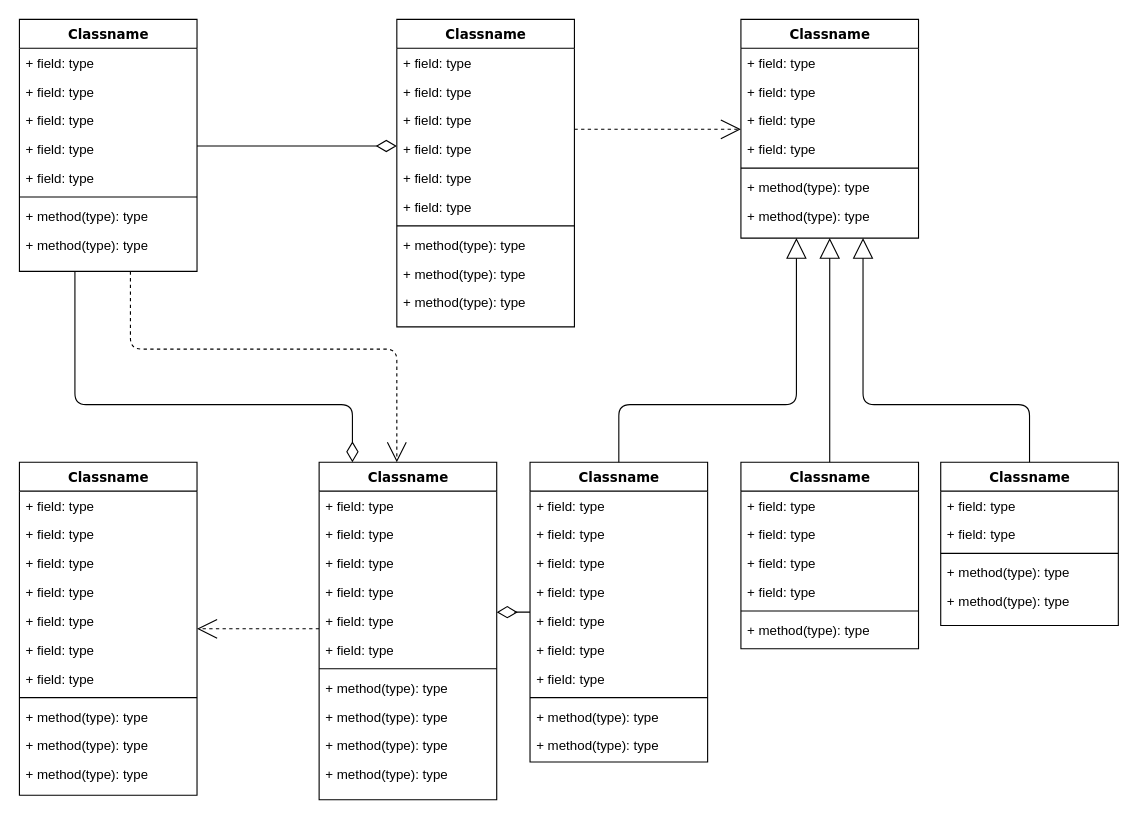
Before: portfolio.drawio in ueki397/test, a draw.io diagram. Source tidied: cells renumbered, new cells numbered last; positions are measured from the earlier drawing's top-left corner, leaving out a move shared by most shapes. Both pictures are drawn from the tidied source at 111%, with x=0, y=0 at pixel (19, 19).
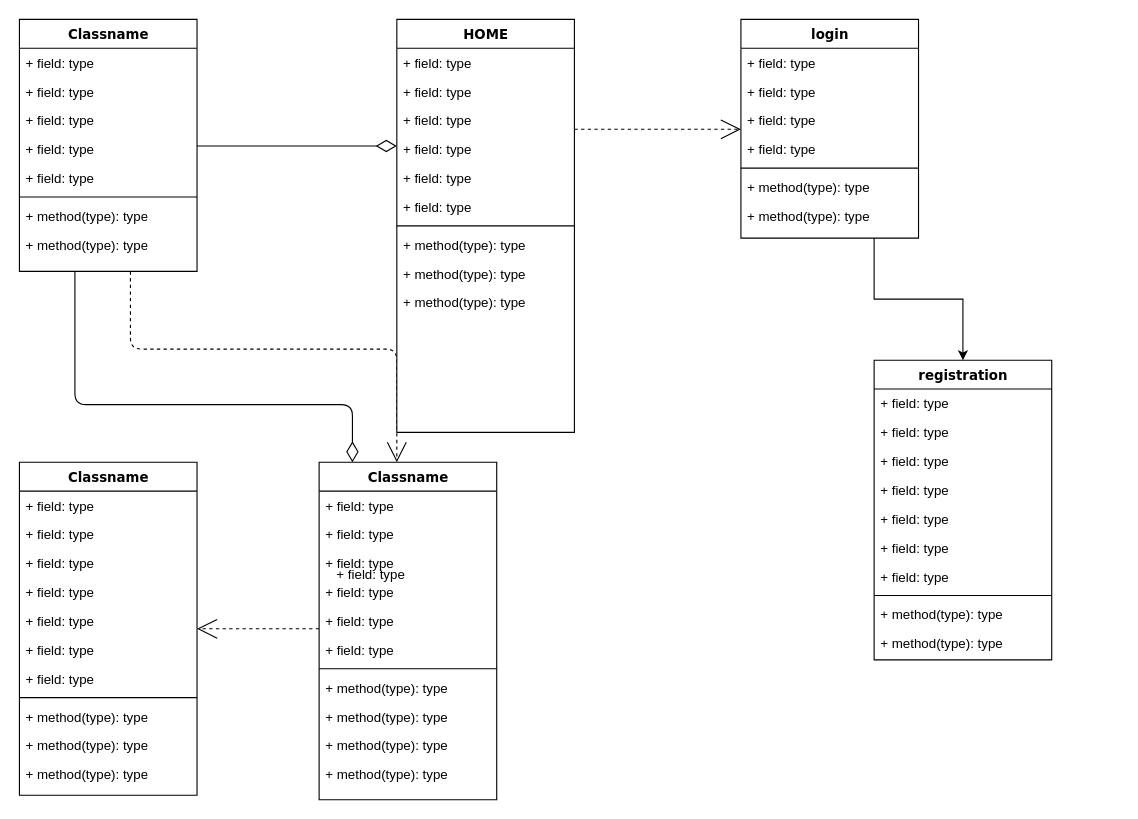
The same page after the edit.

Unchanged cells that the change refers to:
```xml
<mxCell id="47" value="Classname" style="swimlane;html=1;fontStyle=1;align=center;verticalAlign=top;horizontal=1;startSize=26;swimlaneFillColor=#ffffff;rounded=0;shadow=0;comic=0;labelBackgroundColor=none;strokeWidth=1;fillColor=none;fontFamily=Verdana;fontSize=12;" parent="1" vertex="1">
  <mxGeometry x="270" y="399" width="160" height="304" as="geometry" />
</mxCell>
```

The edit, as a diff of the source:
```diff
@@
-    <mxCell id="14" value="Classname" style="swimlane;html=1;fontStyle=1;align=center;verticalAlign=top;horizontal=1;startSize=26;swimlaneFillColor=#ffffff;rounded=0;shadow=0;comic=0;labelBackgroundColor=none;strokeWidth=1;fillColor=none;fontFamily=Verdana;fontSize=12;" parent="1" vertex="1">
-      <mxGeometry x="340" width="160" height="277" as="geometry" />
+    <mxCell id="14" value="HOME" style="swimlane;html=1;fontStyle=1;align=center;verticalAlign=top;horizontal=1;startSize=26;swimlaneFillColor=#ffffff;rounded=0;shadow=0;comic=0;labelBackgroundColor=none;strokeWidth=1;fillColor=none;fontFamily=Verdana;fontSize=12;" parent="1" vertex="1">
+      <mxGeometry x="340" width="160" height="372" as="geometry" />
     </mxCell>
@@
+    <mxCell id="87" value="+ field: type" style="text;html=1;strokeColor=none;fillColor=none;align=left;verticalAlign=top;spacingLeft=4;spacingRight=4;whiteSpace=wrap;overflow=hidden;" parent="14" vertex="1">
+      <mxGeometry y="52" width="160" height="26" as="geometry" />
+    </mxCell>
+    <mxCell id="88" value="+ field: type" style="text;html=1;strokeColor=none;fillColor=none;align=left;verticalAlign=top;spacingLeft=4;spacingRight=4;whiteSpace=wrap;overflow=hidden;" parent="14" vertex="1">
+      <mxGeometry y="78" width="160" height="26" as="geometry" />
+    </mxCell>
     <mxCell id="16" value="+ field: type" style="text;html=1;strokeColor=none;fillColor=none;align=left;verticalAlign=top;spacingLeft=4;spacingRight=4;whiteSpace=wrap;overflow=hidden;" parent="14" vertex="1">
-      <mxGeometry y="52" width="160" height="26" as="geometry" />
+      <mxGeometry y="104" width="160" height="26" as="geometry" />
     </mxCell>
-    <mxCell id="17" value="+ field: type" style="text;html=1;strokeColor=none;fillColor=none;align=left;verticalAlign=top;spacingLeft=4;spacingRight=4;whiteSpace=wrap;overflow=hidden;" parent="14" vertex="1">
-      <mxGeometry y="78" width="160" height="26" as="geometry" />
-    </mxCell>
     <mxCell id="18" value="+ field: type" style="text;html=1;strokeColor=none;fillColor=none;align=left;verticalAlign=top;spacingLeft=4;spacingRight=4;whiteSpace=wrap;overflow=hidden;" parent="14" vertex="1">
-      <mxGeometry y="104" width="160" height="26" as="geometry" />
+      <mxGeometry y="130" width="160" height="26" as="geometry" />
     </mxCell>
     <mxCell id="19" value="+ field: type" style="text;html=1;strokeColor=none;fillColor=none;align=left;verticalAlign=top;spacingLeft=4;spacingRight=4;whiteSpace=wrap;overflow=hidden;" parent="14" vertex="1">
-      <mxGeometry y="130" width="160" height="26" as="geometry" />
+      <mxGeometry y="156" width="160" height="26" as="geometry" />
     </mxCell>
-    <mxCell id="20" value="+ field: type" style="text;html=1;strokeColor=none;fillColor=none;align=left;verticalAlign=top;spacingLeft=4;spacingRight=4;whiteSpace=wrap;overflow=hidden;" parent="14" vertex="1">
-      <mxGeometry y="156" width="160" height="26" as="geometry" />
-    </mxCell>
@@
+    <mxCell id="89" style="edgeStyle=orthogonalEdgeStyle;rounded=0;jettySize=auto;html=1;exitX=0.75;exitY=1;exitDx=0;exitDy=0;entryX=0.5;entryY=0;entryDx=0;entryDy=0;" parent="1" edge="1" source="25" target="60">
+      <mxGeometry relative="1" as="geometry" />
+    </mxCell>
-    <mxCell id="25" value="Classname" style="swimlane;html=1;fontStyle=1;align=center;verticalAlign=top;horizontal=1;startSize=26;swimlaneFillColor=#ffffff;rounded=0;shadow=0;comic=0;labelBackgroundColor=none;strokeWidth=1;fillColor=none;fontFamily=Verdana;fontSize=12;" parent="1" vertex="1">
+    <mxCell id="25" value="login" style="swimlane;html=1;fontStyle=1;align=center;verticalAlign=top;horizontal=1;startSize=26;swimlaneFillColor=#ffffff;rounded=0;shadow=0;comic=0;labelBackgroundColor=none;strokeWidth=1;fillColor=none;fontFamily=Verdana;fontSize=12;" parent="1" vertex="1">
       <mxGeometry x="650" width="160" height="197" as="geometry" />
     </mxCell>
@@
-    <mxCell id="46" style="edgeStyle=elbowEdgeStyle;html=1;labelBackgroundColor=none;startFill=0;startSize=8;endArrow=diamondThin;endFill=0;endSize=16;fontFamily=Verdana;fontSize=12;elbow=vertical;" parent="1" edge="1" source="60" target="47">
-      <mxGeometry relative="1" as="geometry" />
-    </mxCell>
@@
-    <mxCell id="59" style="edgeStyle=orthogonalEdgeStyle;html=1;labelBackgroundColor=none;startFill=0;startSize=8;endArrow=block;endFill=0;endSize=16;fontFamily=Verdana;fontSize=12;" parent="1" edge="1" source="60" target="25">
-      <mxGeometry relative="1" as="geometry">
-        <Array as="points">
-          <mxPoint x="540" y="347" />
-          <mxPoint x="700" y="347" />
-        </Array>
-      </mxGeometry>
-    </mxCell>
-    <mxCell id="60" value="Classname" style="swimlane;html=1;fontStyle=1;align=center;verticalAlign=top;horizontal=1;startSize=26;swimlaneFillColor=#ffffff;rounded=0;shadow=0;comic=0;labelBackgroundColor=none;strokeWidth=1;fillColor=none;fontFamily=Verdana;fontSize=12;" parent="1" vertex="1">
-      <mxGeometry x="460" y="399" width="160" height="270" as="geometry" />
+    <mxCell id="60" value="registration" style="swimlane;html=1;fontStyle=1;align=center;verticalAlign=top;horizontal=1;startSize=26;swimlaneFillColor=#ffffff;rounded=0;shadow=0;comic=0;labelBackgroundColor=none;strokeWidth=1;fillColor=none;fontFamily=Verdana;fontSize=12;" parent="1" vertex="1">
+      <mxGeometry x="770" y="307" width="160" height="270" as="geometry" />
     </mxCell>
@@
-    <mxCell id="71" style="edgeStyle=orthogonalEdgeStyle;html=1;labelBackgroundColor=none;startFill=0;startSize=8;endArrow=block;endFill=0;endSize=16;fontFamily=Verdana;fontSize=12;" parent="1" edge="1" source="72" target="25">
-      <mxGeometry relative="1" as="geometry" />
-    </mxCell>
-    <mxCell id="72" value="Classname" style="swimlane;html=1;fontStyle=1;align=center;verticalAlign=top;horizontal=1;startSize=26;swimlaneFillColor=#ffffff;rounded=0;shadow=0;comic=0;labelBackgroundColor=none;strokeWidth=1;fillColor=none;fontFamily=Verdana;fontSize=12;" parent="1" vertex="1">
-      <mxGeometry x="650" y="399" width="160" height="168" as="geometry" />
-    </mxCell>
-    <mxCell id="73" value="+ field: type" style="text;html=1;strokeColor=none;fillColor=none;align=left;verticalAlign=top;spacingLeft=4;spacingRight=4;whiteSpace=wrap;overflow=hidden;" parent="72" vertex="1">
-      <mxGeometry y="26" width="160" height="26" as="geometry" />
-    </mxCell>
-    <mxCell id="74" value="+ field: type" style="text;html=1;strokeColor=none;fillColor=none;align=left;verticalAlign=top;spacingLeft=4;spacingRight=4;whiteSpace=wrap;overflow=hidden;" parent="72" vertex="1">
-      <mxGeometry y="52" width="160" height="26" as="geometry" />
-    </mxCell>
-    <mxCell id="75" value="+ field: type" style="text;html=1;strokeColor=none;fillColor=none;align=left;verticalAlign=top;spacingLeft=4;spacingRight=4;whiteSpace=wrap;overflow=hidden;" parent="72" vertex="1">
-      <mxGeometry y="78" width="160" height="26" as="geometry" />
-    </mxCell>
-    <mxCell id="76" value="+ field: type" style="text;html=1;strokeColor=none;fillColor=none;align=left;verticalAlign=top;spacingLeft=4;spacingRight=4;whiteSpace=wrap;overflow=hidden;" parent="72" vertex="1">
-      <mxGeometry y="104" width="160" height="26" as="geometry" />
-    </mxCell>
-    <mxCell id="77" style="line;html=1;strokeWidth=1;fillColor=none;align=left;verticalAlign=middle;spacingTop=-1;spacingLeft=3;spacingRight=3;labelPosition=right;" parent="72" vertex="1">
-      <mxGeometry y="130" width="160" height="8" as="geometry" />
-    </mxCell>
-    <mxCell id="78" value="+ method(type): type" style="text;html=1;strokeColor=none;fillColor=none;align=left;verticalAlign=top;spacingLeft=4;spacingRight=4;whiteSpace=wrap;overflow=hidden;" parent="72" vertex="1">
-      <mxGeometry y="138" width="160" height="26" as="geometry" />
-    </mxCell>
-    <mxCell id="79" style="edgeStyle=orthogonalEdgeStyle;html=1;labelBackgroundColor=none;startFill=0;startSize=8;endArrow=block;endFill=0;endSize=16;fontFamily=Verdana;fontSize=12;" parent="1" edge="1" source="80" target="25">
-      <mxGeometry relative="1" as="geometry">
-        <Array as="points">
-          <mxPoint x="910" y="347" />
-          <mxPoint x="760" y="347" />
-        </Array>
-      </mxGeometry>
-    </mxCell>
-    <mxCell id="80" value="Classname" style="swimlane;html=1;fontStyle=1;align=center;verticalAlign=top;horizontal=1;startSize=26;swimlaneFillColor=#ffffff;rounded=0;shadow=0;comic=0;labelBackgroundColor=none;strokeWidth=1;fillColor=none;fontFamily=Verdana;fontSize=12;" parent="1" vertex="1">
-      <mxGeometry x="830" y="399" width="160" height="147" as="geometry" />
-    </mxCell>
-    <mxCell id="81" value="+ field: type" style="text;html=1;strokeColor=none;fillColor=none;align=left;verticalAlign=top;spacingLeft=4;spacingRight=4;whiteSpace=wrap;overflow=hidden;" parent="80" vertex="1">
-      <mxGeometry y="26" width="160" height="26" as="geometry" />
-    </mxCell>
-    <mxCell id="82" value="+ field: type" style="text;html=1;strokeColor=none;fillColor=none;align=left;verticalAlign=top;spacingLeft=4;spacingRight=4;whiteSpace=wrap;overflow=hidden;" parent="80" vertex="1">
-      <mxGeometry y="52" width="160" height="26" as="geometry" />
-    </mxCell>
-    <mxCell id="83" style="line;html=1;strokeWidth=1;fillColor=none;align=left;verticalAlign=middle;spacingTop=-1;spacingLeft=3;spacingRight=3;labelPosition=right;" parent="80" vertex="1">
-      <mxGeometry y="78" width="160" height="8" as="geometry" />
-    </mxCell>
-    <mxCell id="84" value="+ method(type): type" style="text;html=1;strokeColor=none;fillColor=none;align=left;verticalAlign=top;spacingLeft=4;spacingRight=4;whiteSpace=wrap;overflow=hidden;" parent="80" vertex="1">
-      <mxGeometry y="86" width="160" height="26" as="geometry" />
-    </mxCell>
-    <mxCell id="85" value="+ method(type): type" style="text;html=1;strokeColor=none;fillColor=none;align=left;verticalAlign=top;spacingLeft=4;spacingRight=4;whiteSpace=wrap;overflow=hidden;" parent="80" vertex="1">
-      <mxGeometry y="112" width="160" height="26" as="geometry" />
-    </mxCell>
@@
+    <mxCell id="90" value="+ field: type" style="text;html=1;strokeColor=none;fillColor=none;align=left;verticalAlign=top;spacingLeft=4;spacingRight=4;whiteSpace=wrap;overflow=hidden;" parent="1" vertex="1">
+      <mxGeometry x="280" y="487" width="160" height="26" as="geometry" />
+    </mxCell>
```
